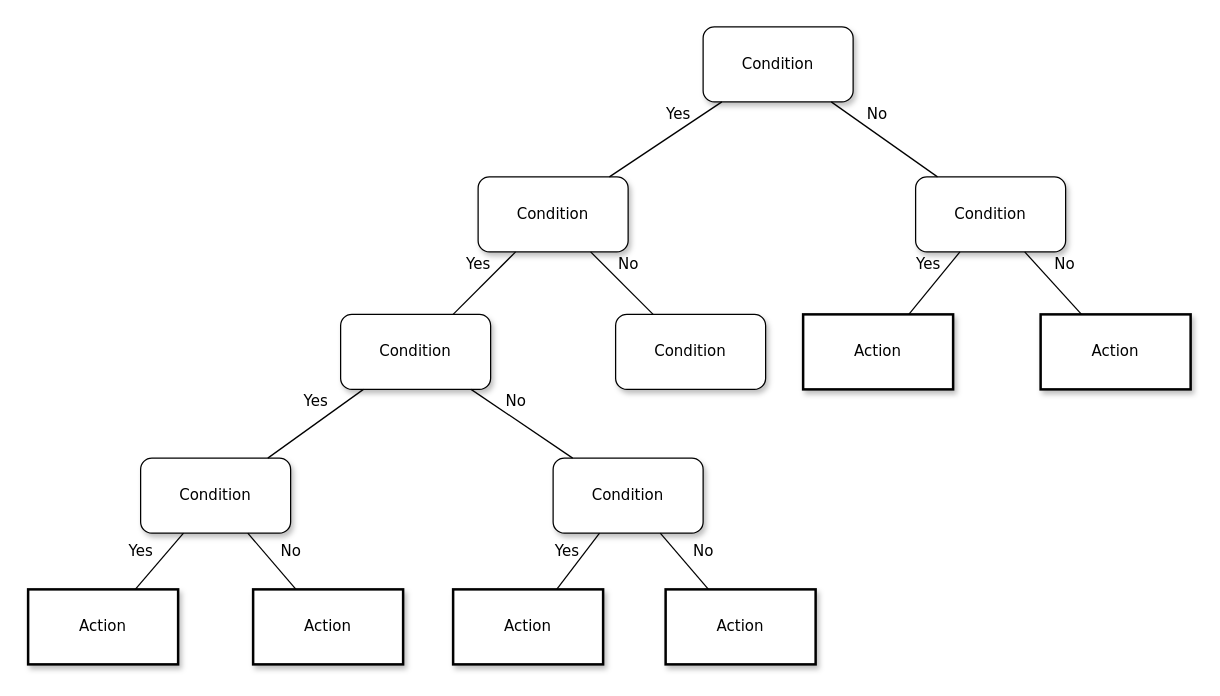
Earlier version of the draw.io diagram 文件架构.drawio (mtpatient/flow_chart). Source tidied: cells renumbered, new cells numbered last; positions are measured from the earlier drawing's top-left corner, leaving out a move shared by most shapes. Both pictures are drawn from the tidied source at 125%, with x=0, y=0 at pixel (28, 26).
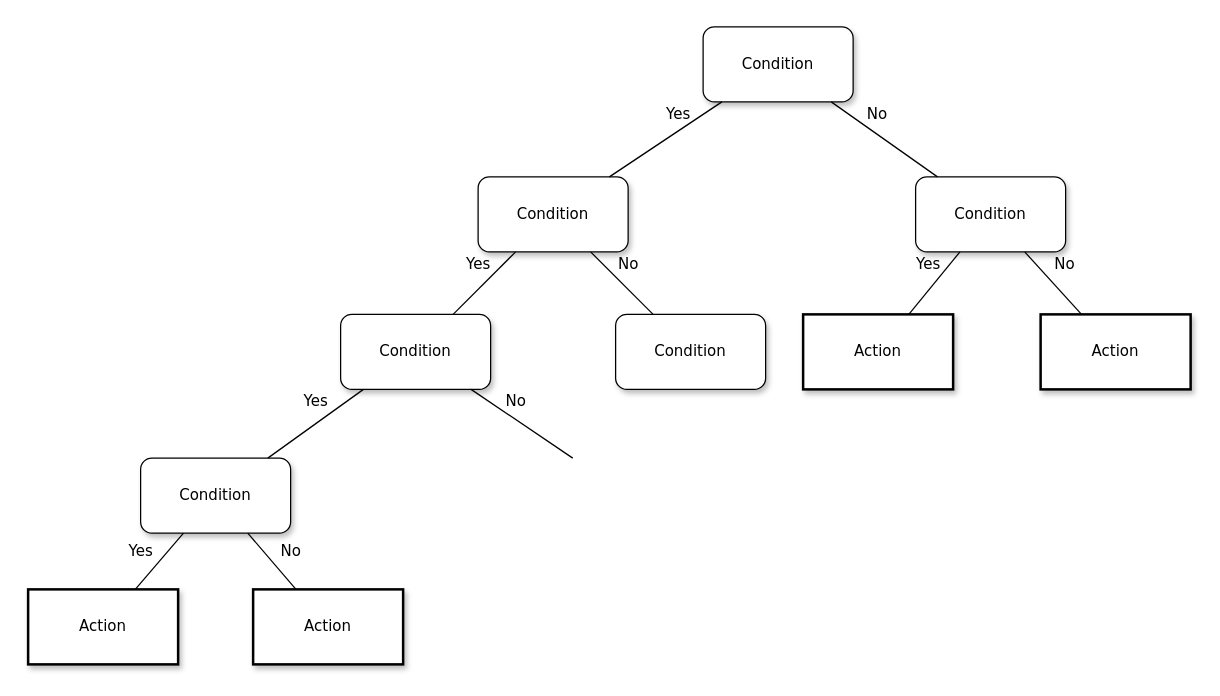
After the change.

Commit message:
更新文件架构.drawio

Unchanged cells that the change refers to:
```xml
<mxCell id="7" value="&lt;span&gt;Condition&lt;/span&gt;" style="whiteSpace=wrap;html=1;rounded=1;shadow=1;labelBackgroundColor=none;strokeWidth=1;fontFamily=Verdana;fontSize=12;align=center;" parent="1" vertex="1">
  <mxGeometry x="250" y="230" width="120" height="60" as="geometry" />
</mxCell>
```

The edit, as a diff of the source:
```diff
@@
-    <mxCell id="12" value="&lt;span&gt;Condition&lt;/span&gt;" style="whiteSpace=wrap;html=1;rounded=1;shadow=1;labelBackgroundColor=none;strokeWidth=1;fontFamily=Verdana;fontSize=12;align=center;" parent="1" vertex="1">
-      <mxGeometry x="420" y="345" width="120" height="60" as="geometry" />
-    </mxCell>
@@
-    <mxCell id="18" value="No" style="rounded=0;html=1;labelBackgroundColor=none;startArrow=none;startFill=0;startSize=5;endArrow=none;endFill=0;endSize=5;jettySize=auto;strokeWidth=1;fontFamily=Verdana;fontSize=12;" parent="1" edge="1" source="7" target="12">
-      <mxGeometry x="-0.28" y="12" relative="1" as="geometry" />
+    <mxCell id="18" value="No" style="rounded=0;html=1;labelBackgroundColor=none;startArrow=none;startFill=0;startSize=5;endArrow=none;endFill=0;endSize=5;jettySize=auto;strokeWidth=1;fontFamily=Verdana;fontSize=12;" parent="1" edge="1" source="7">
+      <mxGeometry x="-0.28" y="12" relative="1" as="geometry">
+        <mxPoint x="435.7" y="345" as="targetPoint" />
+      </mxGeometry>
     </mxCell>
@@
-    <mxCell id="21" value="&lt;span&gt;Action&lt;/span&gt;" style="whiteSpace=wrap;html=1;rounded=0;shadow=1;labelBackgroundColor=none;strokeWidth=2;fontFamily=Verdana;fontSize=12;align=center;" parent="1" vertex="1">
-      <mxGeometry x="340" y="450" width="120" height="60" as="geometry" />
-    </mxCell>
-    <mxCell id="22" value="&lt;span&gt;Action&lt;/span&gt;" style="whiteSpace=wrap;html=1;rounded=0;shadow=1;labelBackgroundColor=none;strokeWidth=2;fontFamily=Verdana;fontSize=12;align=center;" parent="1" vertex="1">
-      <mxGeometry x="510" y="450" width="120" height="60" as="geometry" />
-    </mxCell>
@@
-    <mxCell id="25" value="Yes" style="rounded=0;html=1;labelBackgroundColor=none;startArrow=none;startFill=0;startSize=5;endArrow=none;endFill=0;endSize=5;jettySize=auto;strokeWidth=1;fontFamily=Verdana;fontSize=12;" parent="1" edge="1" source="12" target="21">
-      <mxGeometry y="-12" relative="1" as="geometry" />
-    </mxCell>
-    <mxCell id="26" value="No" style="rounded=0;html=1;labelBackgroundColor=none;startArrow=none;startFill=0;startSize=5;endArrow=none;endFill=0;endSize=5;jettySize=auto;strokeWidth=1;fontFamily=Verdana;fontSize=12;" parent="1" edge="1" source="12" target="22">
-      <mxGeometry x="0.14" y="16" relative="1" as="geometry" />
-    </mxCell>
```
